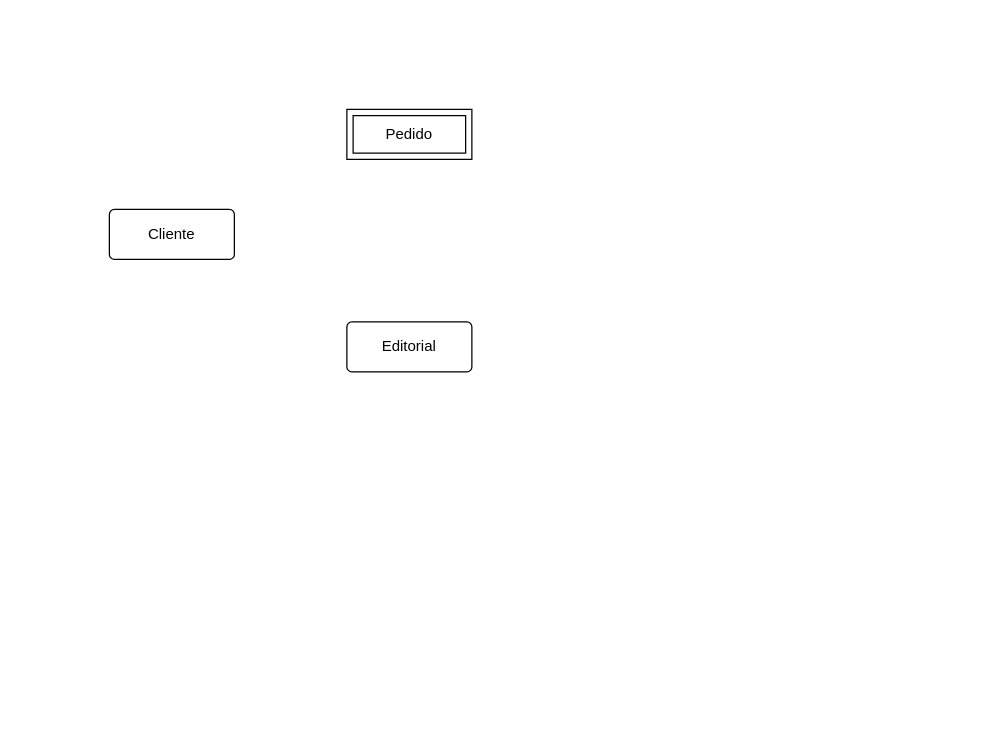
This is modelo.drawio from smringdesigns/modelo, a draw.io file, before an edit. Source tidied: cells renumbered, new cells numbered last; positions are measured from the earlier drawing's top-left corner, leaving out a move shared by most shapes. Both pictures are drawn from the tidied source at 125%, with x=0, y=0 at pixel (109, 109).
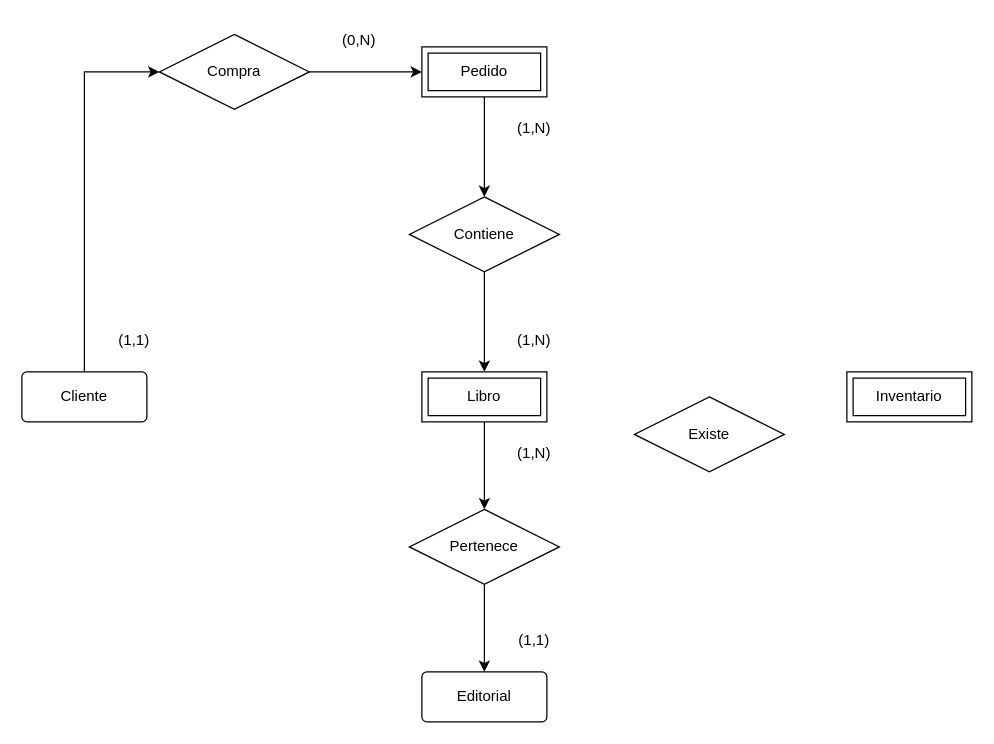
Above is the later version.

The edit, as a diff of the source:
```diff
@@
+    <mxCell id="5" style="edgeStyle=orthogonalEdgeStyle;rounded=0;jettySize=auto;html=1;exitX=0.5;exitY=0;exitDx=0;exitDy=0;" parent="1" edge="1" source="2" target="11">
+      <mxGeometry relative="1" as="geometry">
+        <Array as="points">
+          <mxPoint x="-20" y="250" />
+          <mxPoint x="-20" y="-30" />
+        </Array>
+      </mxGeometry>
+    </mxCell>
     <mxCell id="2" value="Cliente" style="rounded=1;arcSize=10;whiteSpace=wrap;html=1;align=center;" parent="1" vertex="1">
-      <mxGeometry y="80" width="100" height="40" as="geometry" />
+      <mxGeometry x="-70" y="210" width="100" height="40" as="geometry" />
     </mxCell>
     <mxCell id="3" value="Editorial" style="rounded=1;arcSize=10;whiteSpace=wrap;html=1;align=center;" parent="1" vertex="1">
-      <mxGeometry x="190" y="170" width="100" height="40" as="geometry" />
+      <mxGeometry x="250" y="450" width="100" height="40" as="geometry" />
     </mxCell>
+    <mxCell id="6" style="edgeStyle=orthogonalEdgeStyle;rounded=0;jettySize=auto;html=1;" parent="1" edge="1" source="4" target="15">
+      <mxGeometry relative="1" as="geometry" />
+    </mxCell>
     <mxCell id="4" value="Pedido" style="shape=ext;margin=3;double=1;whiteSpace=wrap;html=1;align=center;" parent="1" vertex="1">
-      <mxGeometry x="190" width="100" height="40" as="geometry" />
+      <mxGeometry x="250" y="-50" width="100" height="40" as="geometry" />
     </mxCell>
+    <mxCell id="7" style="edgeStyle=orthogonalEdgeStyle;rounded=0;jettySize=auto;html=1;" parent="1" edge="1" source="8" target="19">
+      <mxGeometry relative="1" as="geometry" />
+    </mxCell>
+    <mxCell id="8" value="Libro" style="shape=ext;margin=3;double=1;whiteSpace=wrap;html=1;align=center;" parent="1" vertex="1">
+      <mxGeometry x="250" y="210" width="100" height="40" as="geometry" />
+    </mxCell>
+    <mxCell id="9" value="Inventario" style="shape=ext;margin=3;double=1;whiteSpace=wrap;html=1;align=center;" parent="1" vertex="1">
+      <mxGeometry x="590" y="210" width="100" height="40" as="geometry" />
+    </mxCell>
+    <mxCell id="10" style="edgeStyle=orthogonalEdgeStyle;rounded=0;jettySize=auto;html=1;" parent="1" edge="1" source="11" target="4">
+      <mxGeometry relative="1" as="geometry" />
+    </mxCell>
+    <mxCell id="11" value="Compra" style="shape=rhombus;perimeter=rhombusPerimeter;whiteSpace=wrap;html=1;align=center;" parent="1" vertex="1">
+      <mxGeometry x="40" y="-60" width="120" height="60" as="geometry" />
+    </mxCell>
+    <mxCell id="12" value="(1,1)" style="text;html=1;align=center;verticalAlign=middle;whiteSpace=wrap;rounded=0;" parent="1" vertex="1">
+      <mxGeometry x="-10" y="170" width="60" height="30" as="geometry" />
+    </mxCell>
+    <mxCell id="13" value="(0,N)" style="text;html=1;align=center;verticalAlign=middle;whiteSpace=wrap;rounded=0;" parent="1" vertex="1">
+      <mxGeometry x="170" y="-70" width="60" height="30" as="geometry" />
+    </mxCell>
+    <mxCell id="14" style="edgeStyle=orthogonalEdgeStyle;rounded=0;jettySize=auto;html=1;" parent="1" edge="1" source="15" target="8">
+      <mxGeometry relative="1" as="geometry" />
+    </mxCell>
+    <mxCell id="15" value="Contiene" style="shape=rhombus;perimeter=rhombusPerimeter;whiteSpace=wrap;html=1;align=center;" parent="1" vertex="1">
+      <mxGeometry x="240" y="70" width="120" height="60" as="geometry" />
+    </mxCell>
+    <mxCell id="16" value="(1,N)" style="text;html=1;align=center;verticalAlign=middle;whiteSpace=wrap;rounded=0;" parent="1" vertex="1">
+      <mxGeometry x="310" width="60" height="30" as="geometry" />
+    </mxCell>
+    <mxCell id="17" value="(1,N)" style="text;html=1;align=center;verticalAlign=middle;whiteSpace=wrap;rounded=0;" parent="1" vertex="1">
+      <mxGeometry x="310" y="170" width="60" height="30" as="geometry" />
+    </mxCell>
+    <mxCell id="18" style="edgeStyle=orthogonalEdgeStyle;rounded=0;jettySize=auto;html=1;" parent="1" edge="1" source="19" target="3">
+      <mxGeometry relative="1" as="geometry" />
+    </mxCell>
+    <mxCell id="19" value="Pertenece" style="shape=rhombus;perimeter=rhombusPerimeter;whiteSpace=wrap;html=1;align=center;" parent="1" vertex="1">
+      <mxGeometry x="240" y="320" width="120" height="60" as="geometry" />
+    </mxCell>
+    <mxCell id="20" value="(1,N)" style="text;html=1;align=center;verticalAlign=middle;whiteSpace=wrap;rounded=0;" parent="1" vertex="1">
+      <mxGeometry x="310" y="260" width="60" height="30" as="geometry" />
+    </mxCell>
+    <mxCell id="21" value="(1,1)" style="text;html=1;align=center;verticalAlign=middle;whiteSpace=wrap;rounded=0;" parent="1" vertex="1">
+      <mxGeometry x="310" y="410" width="60" height="30" as="geometry" />
+    </mxCell>
+    <mxCell id="22" value="Existe" style="shape=rhombus;perimeter=rhombusPerimeter;whiteSpace=wrap;html=1;align=center;" parent="1" vertex="1">
+      <mxGeometry x="420" y="230" width="120" height="60" as="geometry" />
+    </mxCell>
```
